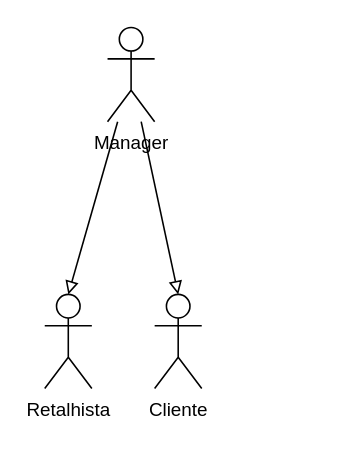
Above: page "Página-8" (8 of 10) of Diagrams.drawio in miguelfrutuoso/smart-delivery (draw.io), before the change. Source tidied: cells renumbered, new cells numbered last; positions are measured from the earlier drawing's top-left corner, leaving out a move shared by most shapes. Both pictures are drawn from the tidied source at 157%, with x=0, y=0 at pixel (44, 27).
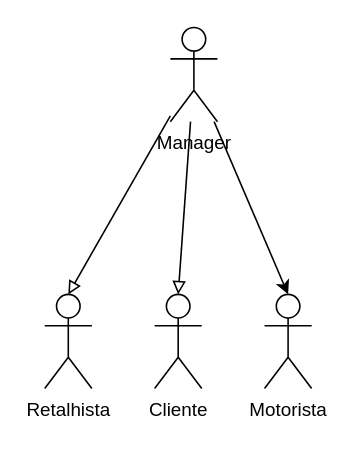
The same page after the edit.

Diff of the diagram source:
```diff
@@
 <mxGraphModel>
   <root>
     <mxCell id="0" />
     <mxCell id="1" parent="0" />
     <mxCell id="2" style="rounded=0;jettySize=auto;html=1;endArrow=block;endFill=0;entryX=0.5;entryY=0;entryDx=0;entryDy=0;entryPerimeter=0;" parent="1" edge="1" source="4" target="6">
       <mxGeometry relative="1" as="geometry" />
     </mxCell>
     <mxCell id="3" style="edgeStyle=none;rounded=0;jettySize=auto;html=1;entryX=0.5;entryY=0;entryDx=0;entryDy=0;entryPerimeter=0;endArrow=block;endFill=0;" parent="1" edge="1" source="4" target="5">
       <mxGeometry relative="1" as="geometry" />
     </mxCell>
+    <mxCell id="7" style="rounded=0;jettySize=auto;html=1;entryX=0.5;entryY=0;entryDx=0;entryDy=0;entryPerimeter=0;" parent="1" edge="1" source="4" target="8">
+      <mxGeometry relative="1" as="geometry" />
+    </mxCell>
     <mxCell id="4" value="Manager" style="shape=umlActor;verticalLabelPosition=bottom;verticalAlign=top;html=1;outlineConnect=0;" parent="1" vertex="1">
-      <mxGeometry x="40" width="30" height="60" as="geometry" />
+      <mxGeometry x="80" width="30" height="60" as="geometry" />
     </mxCell>
     <mxCell id="5" value="Cliente" style="shape=umlActor;verticalLabelPosition=bottom;verticalAlign=top;html=1;outlineConnect=0;" parent="1" vertex="1">
       <mxGeometry x="70" y="170" width="30" height="60" as="geometry" />
     </mxCell>
     <mxCell id="6" value="Retalhista" style="shape=umlActor;verticalLabelPosition=bottom;verticalAlign=top;html=1;outlineConnect=0;" parent="1" vertex="1">
       <mxGeometry y="170" width="30" height="60" as="geometry" />
     </mxCell>
+    <mxCell id="8" value="Motorista" style="shape=umlActor;verticalLabelPosition=bottom;verticalAlign=top;html=1;outlineConnect=0;" parent="1" vertex="1">
+      <mxGeometry x="140" y="170" width="30" height="60" as="geometry" />
+    </mxCell>
   </root>
 </mxGraphModel>
```
